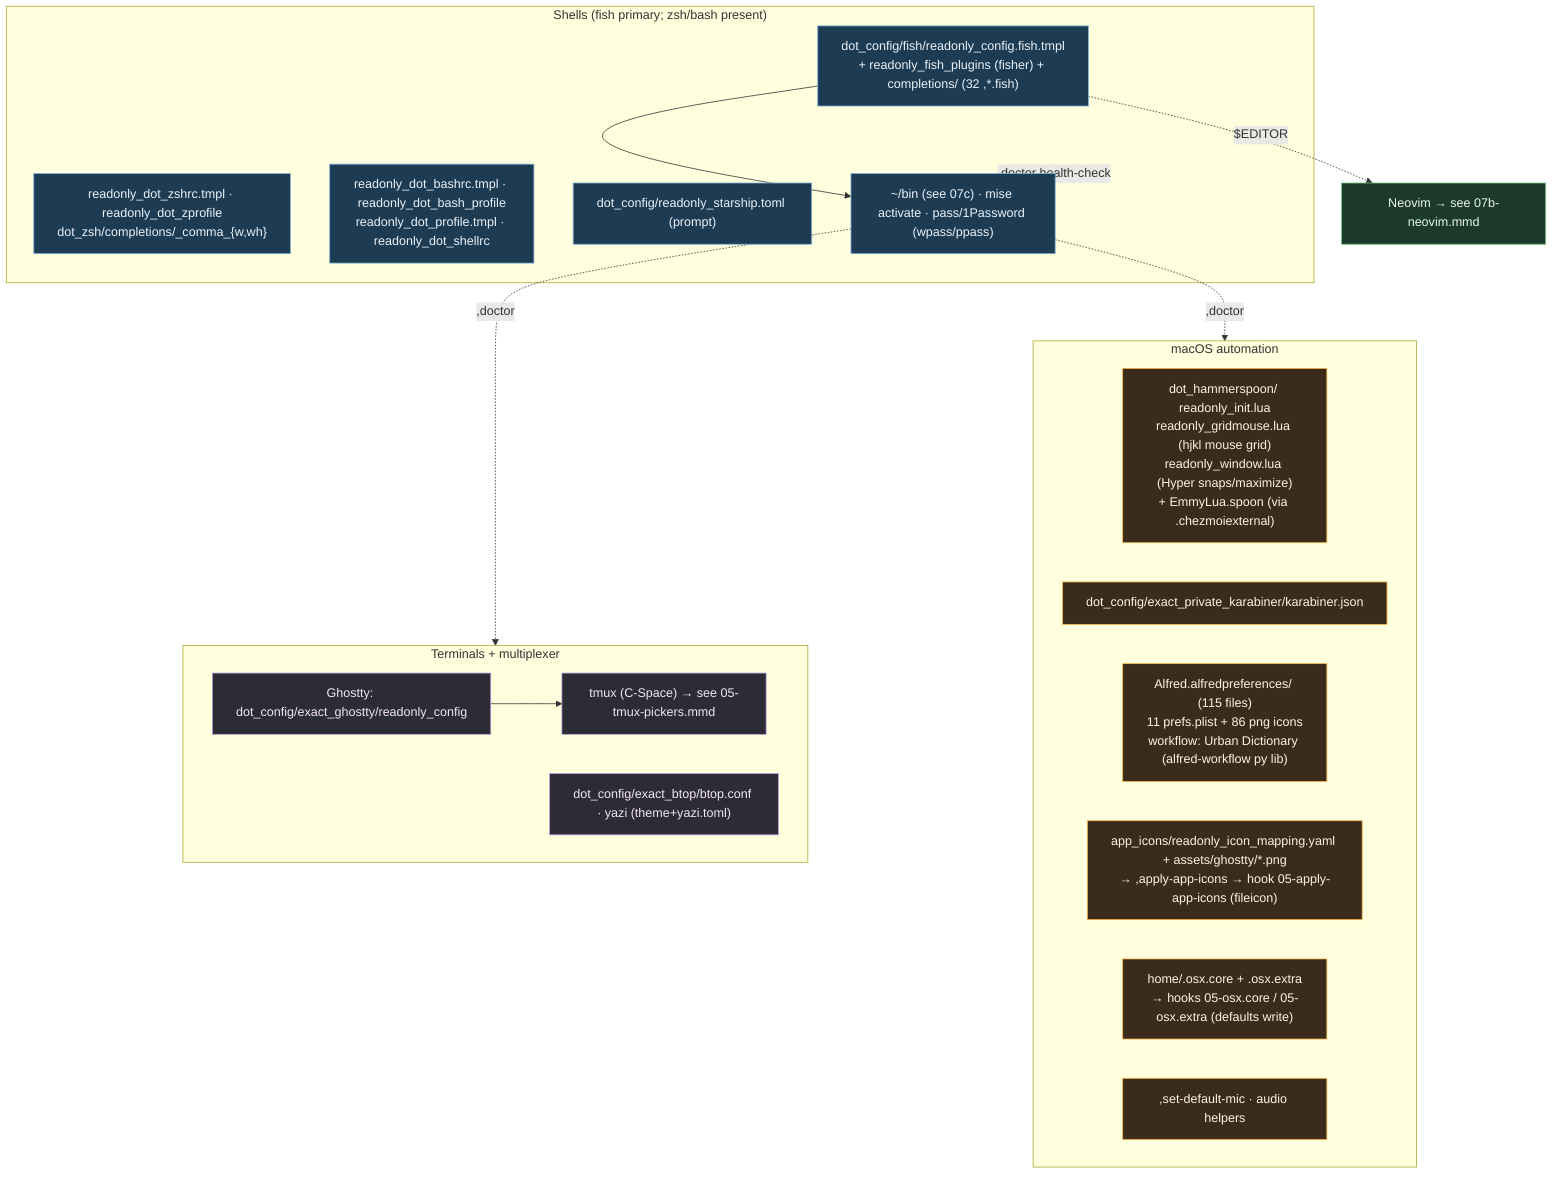
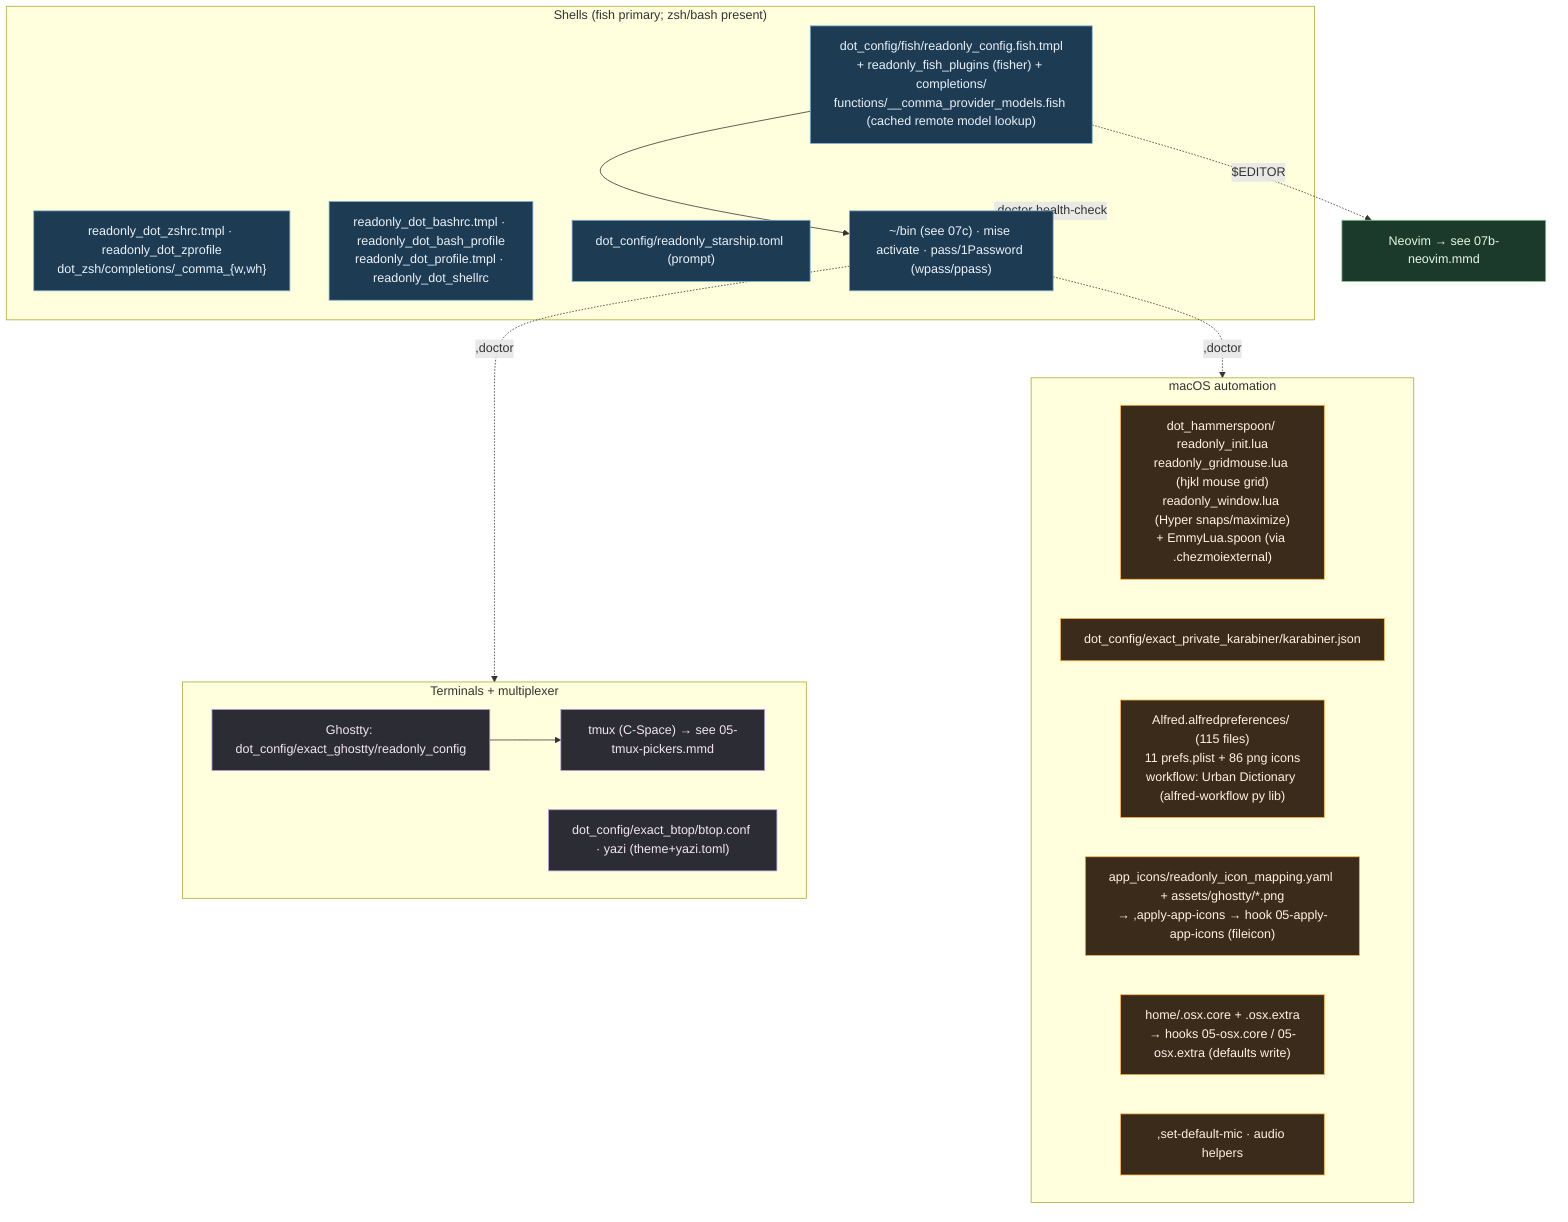
%% ============================================================================
%% 07-shell-editor-macos.mmd — Shell, terminals, multiplexer launch, macOS.
%% Neovim detail → 07b. ~/bin commands → 07c. Dotfile rc files → 08.
%% ============================================================================
flowchart TB
    classDef shell fill:#1d3b53,stroke:#7fb3d5,color:#eaf2f8;
    classDef term fill:#2c2c34,stroke:#b39ddb,color:#f3e5f5;
    classDef mac fill:#3a2b1b,stroke:#ffb74d,color:#fff3e0;
    classDef data fill:#1b3a2b,stroke:#81c784,color:#e8f5e9;

    subgraph SHELLS["Shells (fish primary; zsh/bash present)"]
-         FISH["dot_config/fish/readonly_config.fish.tmpl<br/>+ readonly_fish_plugins (fisher) + completions/ (32 ,*.fish)"]:::shell
+         FISH["dot_config/fish/readonly_config.fish.tmpl<br/>+ readonly_fish_plugins (fisher) + completions/<br/>functions/__comma_provider_models.fish (cached remote model lookup)"]:::shell
        ZSH["readonly_dot_zshrc.tmpl · readonly_dot_zprofile<br/>dot_zsh/completions/_comma_{w,wh}"]:::shell
        BASH["readonly_dot_bashrc.tmpl · readonly_dot_bash_profile<br/>readonly_dot_profile.tmpl · readonly_dot_shellrc"]:::shell
        STAR["dot_config/readonly_starship.toml (prompt)"]:::shell
        FISH --> BINPATH["~/bin (see 07c) · mise activate · pass/1Password (wpass/ppass)"]:::shell
    end

    subgraph TERMS["Terminals + multiplexer"]
        GHOSTTY["Ghostty: dot_config/exact_ghostty/readonly_config"]:::term
        TMUX["tmux (C-Space) → see 05-tmux-pickers.mmd"]:::term
        BTOP["dot_config/exact_btop/btop.conf · yazi (theme+yazi.toml)"]:::term
        GHOSTTY --> TMUX
    end

    NVIMREF["Neovim → see 07b-neovim.mmd"]:::data
    FISH -.$EDITOR.-> NVIMREF

    subgraph MACOS["macOS automation"]
        HAMMER["dot_hammerspoon/ readonly_init.lua<br/>readonly_gridmouse.lua (hjkl mouse grid)<br/>readonly_window.lua (Hyper snaps/maximize)<br/>+ EmmyLua.spoon (via .chezmoiexternal)"]:::mac
        KARA["dot_config/exact_private_karabiner/karabiner.json"]:::mac
        ALFRED["Alfred.alfredpreferences/ (115 files)<br/>11 prefs.plist + 86 png icons<br/>workflow: Urban Dictionary (alfred-workflow py lib)"]:::mac
        ICONS["app_icons/readonly_icon_mapping.yaml + assets/ghostty/*.png<br/>→ ,apply-app-icons → hook 05-apply-app-icons (fileicon)"]:::mac
        OSX["home/.osx.core + .osx.extra<br/>→ hooks 05-osx.core / 05-osx.extra (defaults write)"]:::mac
        MIC[",set-default-mic · audio helpers"]:::mac
    end

    BINPATH -.,doctor health-check.-> SHELLS
    BINPATH -.,doctor.-> TERMS
    BINPATH -.,doctor.-> MACOS
